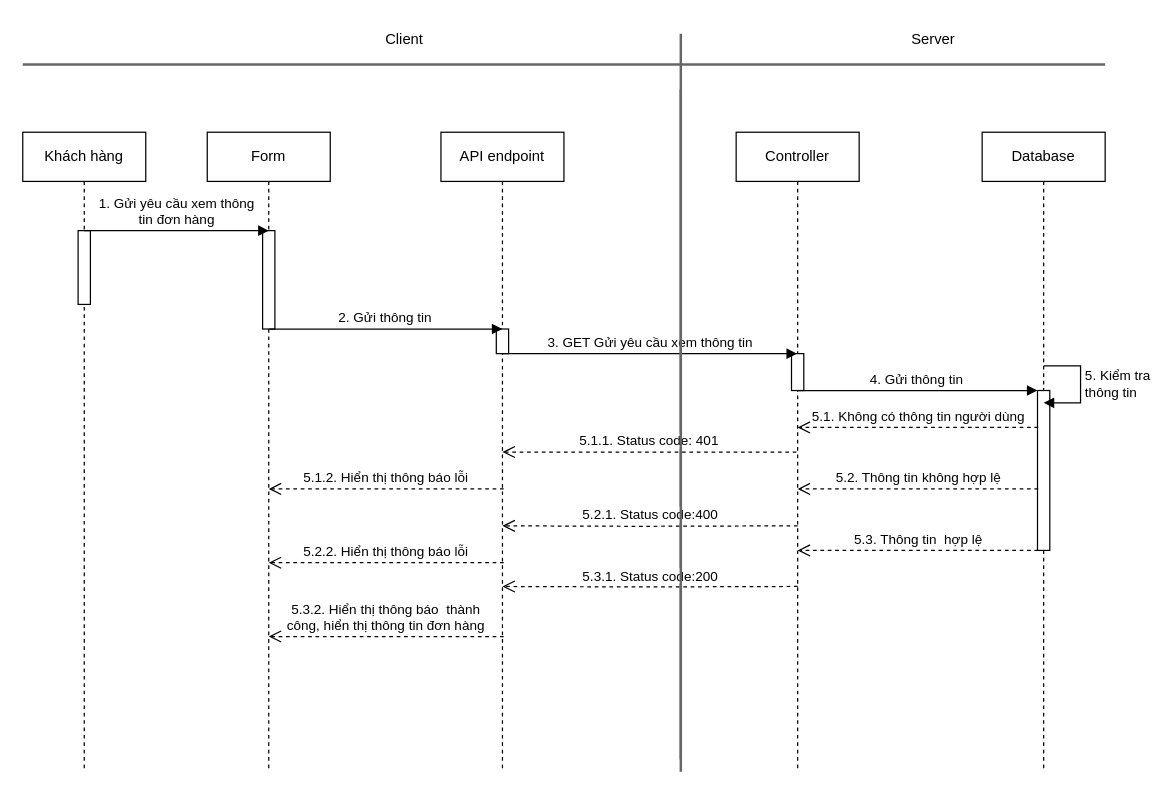
Earlier version of the draw.io diagram page "Page-1" (1 of 3) of SD/SD_QUANLYDATHANG.drawio (hieuNV0871/da). Source tidied: cells renumbered, new cells numbered last; positions are measured from the earlier drawing's top-left corner, leaving out a move shared by most shapes. Both pictures are drawn from the tidied source at 123%, with x=0, y=0 at pixel (22, 21).
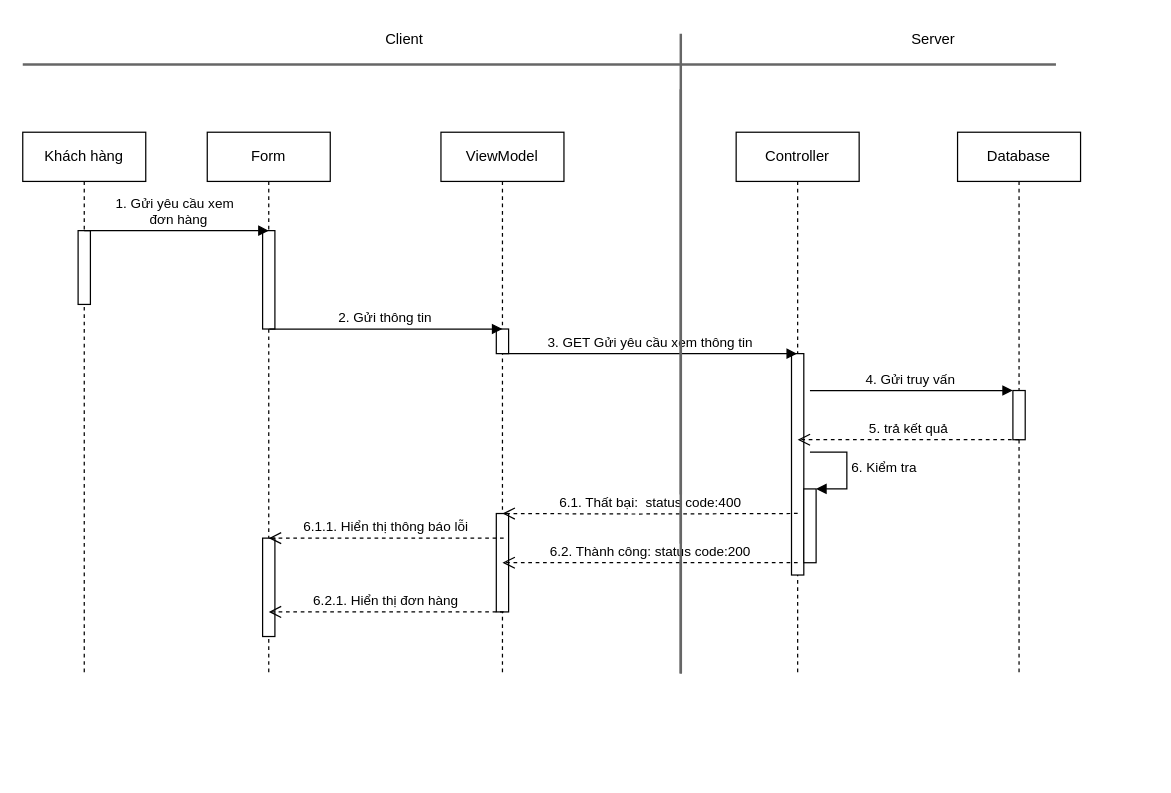
Above is the later version.

The edit, as a diff of the source:
```diff
@@
     <mxCell id="2" value="Khách hàng" style="shape=umlLifeline;perimeter=lifelinePerimeter;whiteSpace=wrap;html=1;newEdgeStyle={&quot;curved&quot;:0,&quot;rounded&quot;:0};" parent="1" vertex="1">
-      <mxGeometry y="90" width="100" height="520" as="geometry" />
+      <mxGeometry y="90" width="100" height="440" as="geometry" />
     </mxCell>
@@
     <mxCell id="4" value="Form" style="shape=umlLifeline;perimeter=lifelinePerimeter;whiteSpace=wrap;html=1;newEdgeStyle={&quot;curved&quot;:0,&quot;rounded&quot;:0};" parent="1" vertex="1">
-      <mxGeometry x="150" y="90" width="100" height="520" as="geometry" />
+      <mxGeometry x="150" y="90" width="100" height="440" as="geometry" />
     </mxCell>
@@
+    <mxCell id="31" style="html=1;perimeter=orthogonalPerimeter;targetShapes=umlLifeline;newEdgeStyle={&quot;curved&quot;:0,&quot;rounded&quot;:0};" parent="4" vertex="1">
+      <mxGeometry x="45" y="330" width="10" height="80" as="geometry" />
+    </mxCell>
     <mxCell id="6" value="Controller" style="shape=umlLifeline;perimeter=lifelinePerimeter;whiteSpace=wrap;html=1;outlineConnect=0;portConstraint=eastwest;newEdgeStyle={&quot;curved&quot;:0,&quot;rounded&quot;:0};" parent="1" vertex="1">
-      <mxGeometry x="580" y="90" width="100" height="520" as="geometry" />
+      <mxGeometry x="580" y="90" width="100" height="440" as="geometry" />
     </mxCell>
-    <mxCell id="7" style="html=1;perimeter=orthogonalPerimeter;targetShapes=umlLifeline;newEdgeStyle={&quot;curved&quot;:0,&quot;rounded&quot;:0};" parent="6" vertex="1">
-      <mxGeometry x="45" y="180" width="10" height="30" as="geometry" />
-    </mxCell>
-    <mxCell id="8" value="1. Gửi yêu cầu xem thông&lt;br&gt;tin đơn hàng" style="html=1;verticalAlign=bottom;endArrow=block;curved=0;rounded=0;" parent="1" edge="1">
-      <mxGeometry relative="1" as="geometry">
-        <mxPoint x="50" y="170" as="sourcePoint" />
-        <mxPoint x="200" y="170" as="targetPoint" />
-      </mxGeometry>
-    </mxCell>
+    <mxCell id="32" style="html=1;points=[[0,0,0,0,5],[0,1,0,0,-5],[1,0,0,0,5],[1,1,0,0,-5]];perimeter=orthogonalPerimeter;outlineConnect=0;targetShapes=umlLifeline;portConstraint=eastwest;newEdgeStyle={&quot;curved&quot;:0,&quot;rounded&quot;:0};" parent="6" vertex="1">
+      <mxGeometry x="45" y="180" width="10" height="180" as="geometry" />
+    </mxCell>
+    <mxCell id="33" style="html=1;points=[[0,0,0,0,5],[0,1,0,0,-5],[1,0,0,0,5],[1,1,0,0,-5]];perimeter=orthogonalPerimeter;outlineConnect=0;targetShapes=umlLifeline;portConstraint=eastwest;newEdgeStyle={&quot;curved&quot;:0,&quot;rounded&quot;:0};" parent="6" vertex="1">
+      <mxGeometry x="55" y="290" width="10" height="60" as="geometry" />
+    </mxCell>
+    <mxCell id="34" value="6. Kiểm tra" style="html=1;align=left;spacingLeft=2;endArrow=block;rounded=0;edgeStyle=orthogonalEdgeStyle;curved=0;rounded=0;" parent="6" edge="1" target="33">
+      <mxGeometry relative="1" as="geometry">
+        <mxPoint x="60" y="260" as="sourcePoint" />
+        <Array as="points">
+          <mxPoint x="90" y="290" />
+        </Array>
+      </mxGeometry>
+    </mxCell>
+    <mxCell id="35" value="1. Gửi yêu cầu xem&amp;nbsp;&lt;br&gt;&amp;nbsp;đơn hàng" style="html=1;verticalAlign=bottom;endArrow=block;curved=0;rounded=0;" parent="1" edge="1">
+      <mxGeometry relative="1" as="geometry">
+        <mxPoint x="50" y="170" as="sourcePoint" />
+        <mxPoint x="200" y="170" as="targetPoint" />
+      </mxGeometry>
+    </mxCell>
@@
     <mxCell id="10" value="Database" style="shape=umlLifeline;perimeter=lifelinePerimeter;whiteSpace=wrap;html=1;newEdgeStyle={&quot;curved&quot;:0,&quot;rounded&quot;:0};" parent="1" vertex="1">
-      <mxGeometry x="780" y="90" width="100" height="520" as="geometry" />
+      <mxGeometry x="760" y="90" width="100" height="440" as="geometry" />
     </mxCell>
-    <mxCell id="11" style="html=1;points=[[0,0,0,0,5],[0,1,0,0,-5],[1,0,0,0,5],[1,1,0,0,-5]];perimeter=orthogonalPerimeter;outlineConnect=0;targetShapes=umlLifeline;portConstraint=eastwest;newEdgeStyle={&quot;curved&quot;:0,&quot;rounded&quot;:0};" parent="10" vertex="1">
-      <mxGeometry x="45" y="210" width="10" height="130" as="geometry" />
-    </mxCell>
-    <mxCell id="12" style="line;strokeWidth=2;html=1;fillColor=#f5f5f5;fontColor=#333333;strokeColor=#666666;" parent="1" vertex="1">
-      <mxGeometry y="30" width="880" height="10" as="geometry" />
-    </mxCell>
+    <mxCell id="36" style="html=1;points=[[0,0,0,0,5],[0,1,0,0,-5],[1,0,0,0,5],[1,1,0,0,-5]];perimeter=orthogonalPerimeter;outlineConnect=0;targetShapes=umlLifeline;portConstraint=eastwest;newEdgeStyle={&quot;curved&quot;:0,&quot;rounded&quot;:0};" parent="10" vertex="1">
+      <mxGeometry x="45" y="210" width="10" height="40" as="geometry" />
+    </mxCell>
+    <mxCell id="37" style="line;strokeWidth=2;html=1;fillColor=#f5f5f5;fontColor=#333333;strokeColor=#666666;" parent="1" vertex="1">
+      <mxGeometry y="30" width="840" height="10" as="geometry" />
+    </mxCell>
@@
-    <mxCell id="15" style="line;strokeWidth=2;direction=south;html=1;fillColor=#f5f5f5;fontColor=#333333;strokeColor=#666666;" parent="1" vertex="1">
-      <mxGeometry x="530" y="10" width="10" height="600" as="geometry" />
-    </mxCell>
-    <mxCell id="16" value="API endpoint" style="shape=umlLifeline;perimeter=lifelinePerimeter;whiteSpace=wrap;html=1;newEdgeStyle={&quot;curved&quot;:0,&quot;rounded&quot;:0};" parent="1" vertex="1">
-      <mxGeometry x="340" y="90" width="100" height="520" as="geometry" />
-    </mxCell>
+    <mxCell id="38" style="line;strokeWidth=2;direction=south;html=1;fillColor=#f5f5f5;fontColor=#333333;strokeColor=#666666;" parent="1" vertex="1">
+      <mxGeometry x="530" y="10" width="10" height="520" as="geometry" />
+    </mxCell>
+    <mxCell id="39" value="ViewModel" style="shape=umlLifeline;perimeter=lifelinePerimeter;whiteSpace=wrap;html=1;newEdgeStyle={&quot;curved&quot;:0,&quot;rounded&quot;:0};" parent="1" vertex="1">
+      <mxGeometry x="340" y="90" width="100" height="440" as="geometry" />
+    </mxCell>
-    <mxCell id="17" style="html=1;perimeter=orthogonalPerimeter;targetShapes=umlLifeline;newEdgeStyle={&quot;curved&quot;:0,&quot;rounded&quot;:0};" parent="16" vertex="1">
+    <mxCell id="17" style="html=1;perimeter=orthogonalPerimeter;targetShapes=umlLifeline;newEdgeStyle={&quot;curved&quot;:0,&quot;rounded&quot;:0};" parent="39" vertex="1">
       <mxGeometry x="45" y="160" width="10" height="20" as="geometry" />
     </mxCell>
+    <mxCell id="40" style="html=1;perimeter=orthogonalPerimeter;targetShapes=umlLifeline;newEdgeStyle={&quot;curved&quot;:0,&quot;rounded&quot;:0};" parent="39" vertex="1">
+      <mxGeometry x="45" y="310" width="10" height="80" as="geometry" />
+    </mxCell>
@@
-    <mxCell id="19" value="5. Kiểm tra&lt;br&gt;thông tin" style="html=1;align=left;spacingLeft=2;endArrow=block;rounded=0;edgeStyle=orthogonalEdgeStyle;curved=0;rounded=0;" parent="1" edge="1">
-      <mxGeometry relative="1" as="geometry">
-        <mxPoint x="830" y="280" as="sourcePoint" />
-        <mxPoint x="830" y="310" as="targetPoint" />
-        <Array as="points">
-          <mxPoint x="860" y="310" />
-        </Array>
-      </mxGeometry>
-    </mxCell>
-    <mxCell id="20" value="4. Gửi thông tin&amp;nbsp;" style="html=1;verticalAlign=bottom;endArrow=block;curved=0;rounded=0;" parent="1" edge="1" target="11">
-      <mxGeometry relative="1" as="geometry">
-        <mxPoint x="630" y="300" as="sourcePoint" />
-      </mxGeometry>
-    </mxCell>
-    <mxCell id="21" value="5.1. Không có thông tin người dùng" style="html=1;verticalAlign=bottom;endArrow=open;dashed=1;endSize=8;curved=0;rounded=0;" parent="1" edge="1">
-      <mxGeometry relative="1" as="geometry">
-        <mxPoint x="825.5" y="330" as="sourcePoint" />
-        <mxPoint x="630" y="330" as="targetPoint" />
-        <Array as="points">
-          <mxPoint x="665.5" y="330" />
-        </Array>
-      </mxGeometry>
-    </mxCell>
-    <mxCell id="22" value="5.2. Thông tin không hợp lệ" style="html=1;verticalAlign=bottom;endArrow=open;dashed=1;endSize=8;curved=0;rounded=0;" parent="1" edge="1">
-      <mxGeometry relative="1" as="geometry">
-        <mxPoint x="825.5" y="380" as="sourcePoint" />
-        <mxPoint x="630" y="380" as="targetPoint" />
-      </mxGeometry>
-    </mxCell>
-    <mxCell id="23" value="5.1.1. Status code: 401" style="html=1;verticalAlign=bottom;endArrow=open;dashed=1;endSize=8;curved=0;rounded=0;" parent="1" edge="1">
-      <mxGeometry relative="1" as="geometry">
-        <mxPoint x="629" y="350" as="sourcePoint" />
-        <mxPoint x="390" y="350" as="targetPoint" />
-        <Array as="points">
-          <mxPoint x="490.5" y="350" />
-        </Array>
-      </mxGeometry>
-    </mxCell>
-    <mxCell id="24" value="5.2.1. Status code:400" style="html=1;verticalAlign=bottom;endArrow=open;dashed=1;endSize=8;curved=0;rounded=0;" parent="1" edge="1">
-      <mxGeometry relative="1" as="geometry">
-        <mxPoint x="630" y="410" as="sourcePoint" />
-        <mxPoint x="390" y="410" as="targetPoint" />
-        <Array as="points">
-          <mxPoint x="500.5" y="410.4" />
-        </Array>
-      </mxGeometry>
-    </mxCell>
-    <mxCell id="25" value="5.1.2. Hiển thị thông báo lỗi" style="html=1;verticalAlign=bottom;endArrow=open;dashed=1;endSize=8;curved=0;rounded=0;" parent="1" edge="1">
-      <mxGeometry relative="1" as="geometry">
-        <mxPoint x="391" y="380" as="sourcePoint" />
-        <mxPoint x="200" y="380" as="targetPoint" />
-      </mxGeometry>
-    </mxCell>
-    <mxCell id="26" value="5.3. Thông tin&amp;nbsp; hợp lệ" style="html=1;verticalAlign=bottom;endArrow=open;dashed=1;endSize=8;curved=0;rounded=0;" parent="1" edge="1">
-      <mxGeometry relative="1" as="geometry">
-        <mxPoint x="825.5" y="430" as="sourcePoint" />
-        <mxPoint x="630" y="430" as="targetPoint" />
-      </mxGeometry>
-    </mxCell>
-    <mxCell id="27" value="5.3.1. Status code:200" style="html=1;verticalAlign=bottom;endArrow=open;dashed=1;endSize=8;curved=0;rounded=0;" parent="1" edge="1">
-      <mxGeometry relative="1" as="geometry">
-        <mxPoint x="630" y="459.3" as="sourcePoint" />
-        <mxPoint x="390" y="459.3" as="targetPoint" />
-        <Array as="points">
-          <mxPoint x="500.5" y="459.7" />
-        </Array>
-      </mxGeometry>
-    </mxCell>
-    <mxCell id="28" style="line;strokeWidth=2;direction=south;html=1;fillColor=#f5f5f5;fontColor=#333333;strokeColor=#666666;" parent="1" vertex="1">
-      <mxGeometry x="530" y="55" width="10" height="545" as="geometry" />
-    </mxCell>
-    <mxCell id="29" value="5.2.2. Hiển thị thông báo lỗi" style="html=1;verticalAlign=bottom;endArrow=open;dashed=1;endSize=8;curved=0;rounded=0;" parent="1" edge="1">
-      <mxGeometry relative="1" as="geometry">
-        <mxPoint x="391" y="440" as="sourcePoint" />
-        <mxPoint x="200" y="440" as="targetPoint" />
-      </mxGeometry>
-    </mxCell>
-    <mxCell id="30" value="5.3.2. Hiển thị thông báo&amp;nbsp; thành&lt;br&gt;công, hiển thị thông tin đơn hàng" style="html=1;verticalAlign=bottom;endArrow=open;dashed=1;endSize=8;curved=0;rounded=0;" parent="1" edge="1">
-      <mxGeometry relative="1" as="geometry">
-        <mxPoint x="391" y="500" as="sourcePoint" />
-        <mxPoint x="200" y="500" as="targetPoint" />
-      </mxGeometry>
-    </mxCell>
+    <mxCell id="41" value="4. Gửi truy vấn&amp;nbsp;" style="html=1;verticalAlign=bottom;endArrow=block;curved=0;rounded=0;" parent="1" edge="1" target="36">
+      <mxGeometry relative="1" as="geometry">
+        <mxPoint x="640" y="300" as="sourcePoint" />
+      </mxGeometry>
+    </mxCell>
+    <mxCell id="42" value="6.1. Thất bại:&amp;nbsp; status code:400" style="html=1;verticalAlign=bottom;endArrow=open;dashed=1;endSize=8;curved=0;rounded=0;exitX=0.5;exitY=0.722;exitDx=0;exitDy=0;exitPerimeter=0;" parent="1" edge="1" source="32">
+      <mxGeometry relative="1" as="geometry">
+        <mxPoint x="390" y="400" as="targetPoint" />
+        <Array as="points">
+          <mxPoint x="500.5" y="400.4" />
+        </Array>
+      </mxGeometry>
+    </mxCell>
+    <mxCell id="43" value="6.2. Thành công: status code:200" style="html=1;verticalAlign=bottom;endArrow=open;dashed=1;endSize=8;curved=0;rounded=0;" parent="1" edge="1">
+      <mxGeometry relative="1" as="geometry">
+        <mxPoint x="630" y="440" as="sourcePoint" />
+        <mxPoint x="390" y="440" as="targetPoint" />
+      </mxGeometry>
+    </mxCell>
+    <mxCell id="44" style="line;strokeWidth=2;direction=south;html=1;fillColor=#f5f5f5;fontColor=#333333;strokeColor=#666666;" parent="1" vertex="1">
+      <mxGeometry x="530" y="55" width="10" height="475" as="geometry" />
+    </mxCell>
+    <mxCell id="45" value="6.1.1. Hiển thị thông báo lỗi" style="html=1;verticalAlign=bottom;endArrow=open;dashed=1;endSize=8;curved=0;rounded=0;" parent="1" edge="1">
+      <mxGeometry relative="1" as="geometry">
+        <mxPoint x="391" y="420" as="sourcePoint" />
+        <mxPoint x="200" y="420" as="targetPoint" />
+      </mxGeometry>
+    </mxCell>
+    <mxCell id="46" value="6.2.1. Hiển thị đơn hàng" style="html=1;verticalAlign=bottom;endArrow=open;dashed=1;endSize=8;curved=0;rounded=0;" parent="1" edge="1">
+      <mxGeometry relative="1" as="geometry">
+        <mxPoint x="391" y="480" as="sourcePoint" />
+        <mxPoint x="200" y="480" as="targetPoint" />
+      </mxGeometry>
+    </mxCell>
+    <mxCell id="47" value="5. trả kết quả" style="html=1;verticalAlign=bottom;endArrow=open;dashed=1;endSize=8;curved=0;rounded=0;" parent="1" edge="1">
+      <mxGeometry relative="1" as="geometry">
+        <mxPoint x="810" y="340" as="sourcePoint" />
+        <mxPoint x="630" y="340" as="targetPoint" />
+      </mxGeometry>
+    </mxCell>
```
